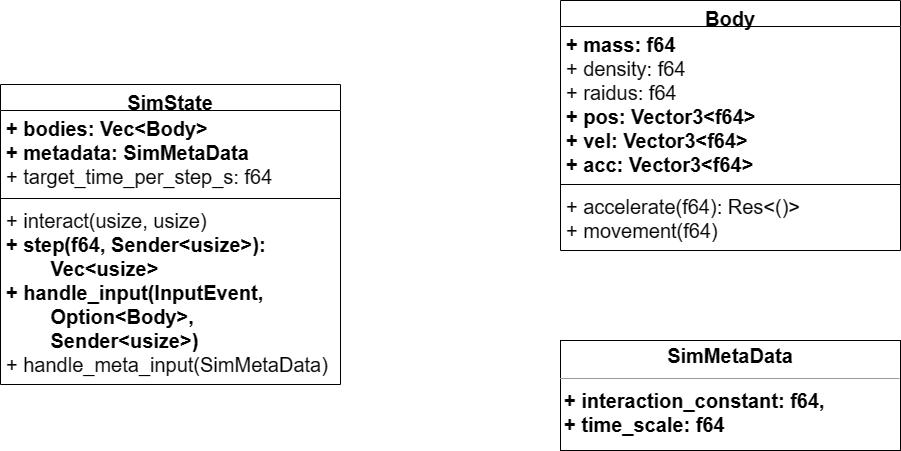
DerGorn/InterstellareSimulation keeps this draw.io diagram as Final/SimulationAufbau.png. Above is the earlier version. Source tidied: cells renumbered, new cells last; positions are measured from the earlier drawing's top-left corner, leaving out a move shared by most shapes.
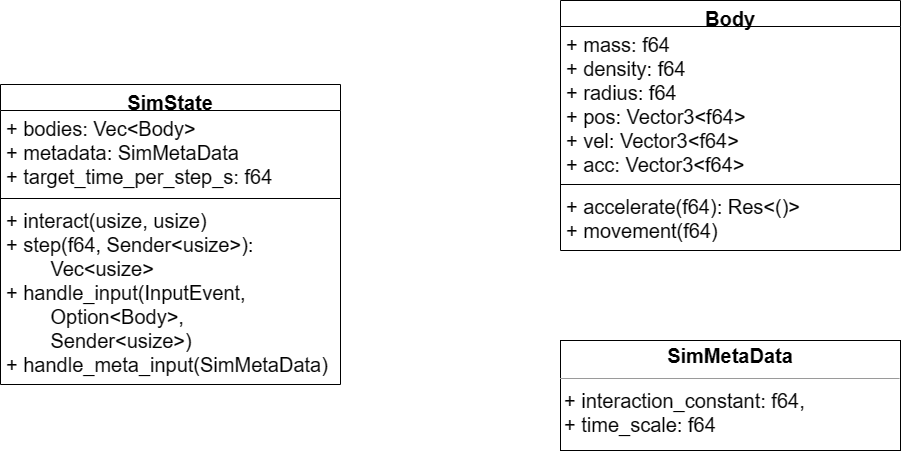
The same diagram one commit later.

The edit, as a diff of the source:
```diff
@@ -5,7 +5,7 @@
     <mxCell id="2" value="Body" style="swimlane;fontStyle=1;align=center;verticalAlign=top;horizontal=1;startSize=26;whiteSpace=wrap;html=1;fontSize=20;" parent="1" vertex="1">
       <mxGeometry x="560" width="340" height="250" as="geometry" />
     </mxCell>
-    <mxCell id="3" value="&lt;b&gt;+ mass: f64&lt;/b&gt;&lt;br style=&quot;font-size: 20px;&quot;&gt;+ density: f64&lt;br style=&quot;font-size: 20px;&quot;&gt;+ raidus: f64&lt;br style=&quot;font-size: 20px;&quot;&gt;&lt;b&gt;+ pos: Vector3&amp;lt;f64&amp;gt;&lt;br style=&quot;font-size: 20px;&quot;&gt;+ vel: Vector3&amp;lt;f64&amp;gt;&lt;br style=&quot;font-size: 20px;&quot;&gt;+ acc: Vector3&amp;lt;f64&amp;gt;&lt;/b&gt;" style="text;strokeColor=none;fillColor=none;align=left;verticalAlign=top;spacingLeft=4;spacingRight=4;overflow=hidden;whiteSpace=wrap;html=1;fontSize=20;" parent="2" vertex="1">
+    <mxCell id="3" value="+ mass: f64&lt;br style=&quot;font-size: 20px;&quot;&gt;+ density: f64&lt;br style=&quot;font-size: 20px;&quot;&gt;+ radius: f64&lt;br style=&quot;font-size: 20px;&quot;&gt;+ pos: Vector3&amp;lt;f64&amp;gt;&lt;br style=&quot;font-size: 20px;&quot;&gt;+ vel: Vector3&amp;lt;f64&amp;gt;&lt;br style=&quot;font-size: 20px;&quot;&gt;+ acc: Vector3&amp;lt;f64&amp;gt;" style="text;strokeColor=none;fillColor=none;align=left;verticalAlign=top;spacingLeft=4;spacingRight=4;overflow=hidden;whiteSpace=wrap;html=1;fontSize=20;" parent="2" vertex="1">
       <mxGeometry y="26" width="340" height="154" as="geometry" />
     </mxCell>
     <mxCell id="4" style="line;strokeWidth=1;fillColor=none;align=left;verticalAlign=middle;spacingTop=-1;spacingLeft=3;spacingRight=3;labelPosition=right;strokeColor=inherit;fontSize=20;" parent="2" vertex="1">
@@ -17,16 +17,16 @@
     <mxCell id="6" value="SimState" style="swimlane;fontStyle=1;align=center;verticalAlign=top;horizontal=1;startSize=26;whiteSpace=wrap;html=1;fontSize=20;" parent="1" vertex="1">
       <mxGeometry y="84" width="340" height="300" as="geometry" />
     </mxCell>
-    <mxCell id="7" value="&lt;b&gt;+ bodies: Vec&amp;lt;Body&amp;gt;&lt;br&gt;+ metadata: SimMetaData&lt;/b&gt;&lt;br&gt;+ target_time_per_step_s: f64" style="text;strokeColor=none;fillColor=none;align=left;verticalAlign=top;spacingLeft=4;spacingRight=4;overflow=hidden;whiteSpace=wrap;html=1;fontSize=20;" parent="6" vertex="1">
+    <mxCell id="7" value="+ bodies: Vec&amp;lt;Body&amp;gt;&lt;br&gt;+ metadata: SimMetaData&lt;br&gt;+ target_time_per_step_s: f64" style="text;strokeColor=none;fillColor=none;align=left;verticalAlign=top;spacingLeft=4;spacingRight=4;overflow=hidden;whiteSpace=wrap;html=1;fontSize=20;" parent="6" vertex="1">
       <mxGeometry y="26" width="340" height="84" as="geometry" />
     </mxCell>
     <mxCell id="8" style="line;strokeWidth=1;fillColor=none;align=left;verticalAlign=middle;spacingTop=-1;spacingLeft=3;spacingRight=3;labelPosition=right;strokeColor=inherit;fontSize=20;" parent="6" vertex="1">
       <mxGeometry y="110" width="340" height="8" as="geometry" />
     </mxCell>
-    <mxCell id="9" value="+ interact(usize, usize)&lt;br&gt;&lt;b&gt;+ step(f64, Sender&amp;lt;usize&amp;gt;): &lt;span style=&quot;white-space: pre;&quot;&gt;&#9;&lt;/span&gt;Vec&amp;lt;usize&amp;gt;&lt;/b&gt;&lt;br&gt;&lt;b&gt;+ handle_input(InputEvent, &lt;span style=&quot;white-space: pre;&quot;&gt;&#9;&lt;/span&gt;Option&amp;lt;Body&amp;gt;,&amp;nbsp; &amp;nbsp; &amp;nbsp; &lt;span style=&quot;white-space: pre;&quot;&gt;&#9;&lt;/span&gt;Sender&amp;lt;usize&amp;gt;)&lt;/b&gt;&lt;br&gt;+ handle_meta_input(SimMetaData)" style="text;strokeColor=none;fillColor=none;align=left;verticalAlign=top;spacingLeft=4;spacingRight=4;overflow=hidden;whiteSpace=wrap;html=1;fontSize=20;" parent="6" vertex="1">
+    <mxCell id="9" value="+ interact(usize, usize)&lt;br&gt;+ step(f64, Sender&amp;lt;usize&amp;gt;): &lt;span style=&quot;white-space: pre;&quot;&gt;&#9;&lt;/span&gt;Vec&amp;lt;usize&amp;gt;&lt;br&gt;+ handle_input(InputEvent, &lt;span style=&quot;white-space: pre;&quot;&gt;&#9;&lt;/span&gt;Option&amp;lt;Body&amp;gt;,&amp;nbsp; &amp;nbsp; &amp;nbsp; &lt;span style=&quot;white-space: pre;&quot;&gt;&#9;&lt;/span&gt;Sender&amp;lt;usize&amp;gt;)&lt;br&gt;+ handle_meta_input(SimMetaData)" style="text;strokeColor=none;fillColor=none;align=left;verticalAlign=top;spacingLeft=4;spacingRight=4;overflow=hidden;whiteSpace=wrap;html=1;fontSize=20;" parent="6" vertex="1">
       <mxGeometry y="118" width="340" height="182" as="geometry" />
     </mxCell>
-    <mxCell id="10" value="&lt;p style=&quot;margin: 4px 0px 0px; text-align: center; font-size: 20px;&quot;&gt;&lt;b style=&quot;&quot;&gt;&lt;font style=&quot;font-size: 20px;&quot;&gt;SimMetaData&lt;/font&gt;&lt;/b&gt;&lt;/p&gt;&lt;hr style=&quot;font-size: 20px;&quot; size=&quot;1&quot;&gt;&lt;p style=&quot;margin: 0px 0px 0px 4px; font-size: 20px;&quot;&gt;&lt;font style=&quot;font-size: 20px;&quot;&gt;&lt;b&gt;+ interaction_constant: f64,&lt;/b&gt;&lt;/font&gt;&lt;/p&gt;&lt;p style=&quot;margin: 0px 0px 0px 4px; font-size: 20px;&quot;&gt;&lt;font style=&quot;font-size: 20px;&quot;&gt;&lt;b&gt;+ time_scale: f64&lt;/b&gt;&lt;/font&gt;&lt;/p&gt;" style="verticalAlign=top;align=left;overflow=fill;fontSize=12;fontFamily=Helvetica;html=1;whiteSpace=wrap;" parent="1" vertex="1">
+    <mxCell id="10" value="&lt;p style=&quot;margin: 4px 0px 0px; text-align: center; font-size: 20px;&quot;&gt;&lt;b style=&quot;&quot;&gt;&lt;font style=&quot;font-size: 20px;&quot;&gt;SimMetaData&lt;/font&gt;&lt;/b&gt;&lt;/p&gt;&lt;hr style=&quot;font-size: 20px;&quot; size=&quot;1&quot;&gt;&lt;p style=&quot;margin: 0px 0px 0px 4px; font-size: 20px;&quot;&gt;&lt;font style=&quot;font-size: 20px;&quot;&gt;+ interaction_constant: f64,&lt;/font&gt;&lt;/p&gt;&lt;p style=&quot;margin: 0px 0px 0px 4px; font-size: 20px;&quot;&gt;&lt;font style=&quot;font-size: 20px;&quot;&gt;+ time_scale: f64&lt;/font&gt;&lt;/p&gt;" style="verticalAlign=top;align=left;overflow=fill;fontSize=12;fontFamily=Helvetica;html=1;whiteSpace=wrap;" parent="1" vertex="1">
       <mxGeometry x="560" y="340" width="340" height="110" as="geometry" />
     </mxCell>
   </root>
```
